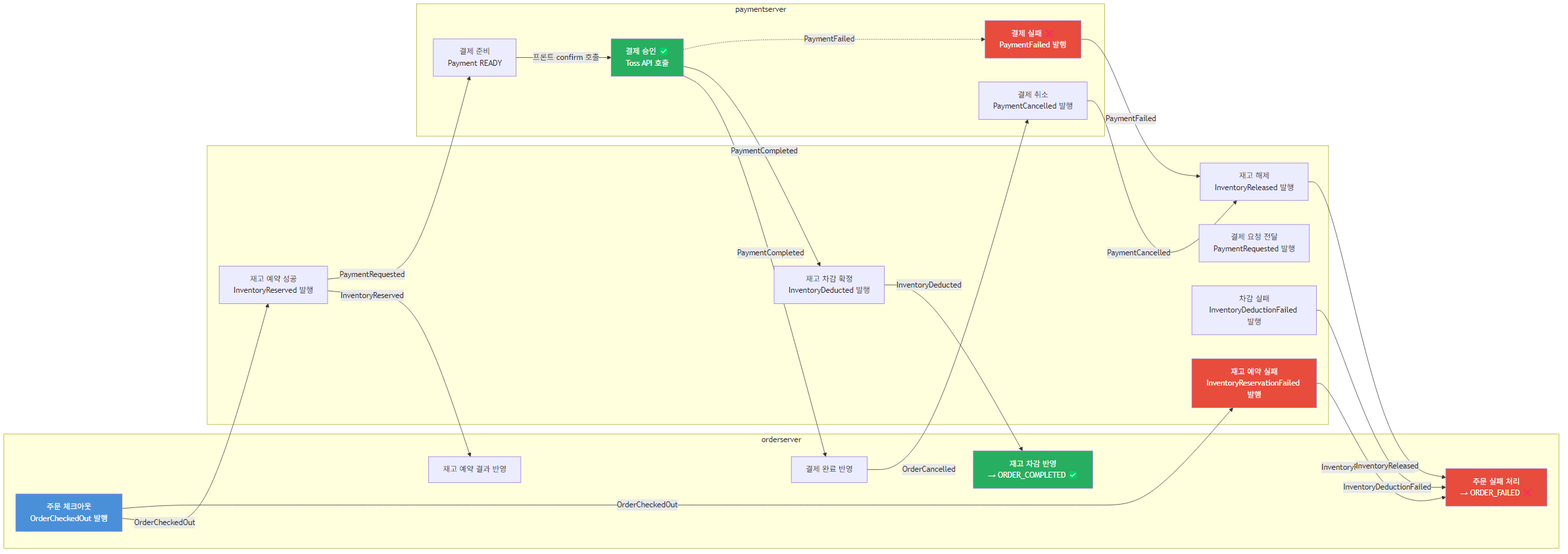
Earlier version of the Mermaid export diagrams/03-event-chain.png (DS-MSAproject/eum_pay). Its source is kept beside it as diagrams/03-event-chain.mmd.
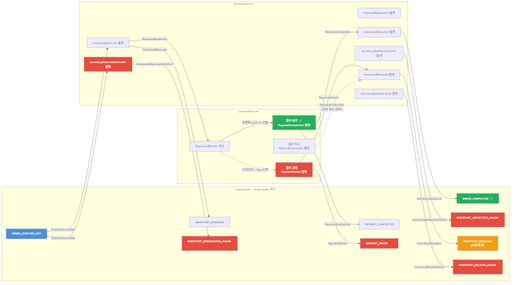
Later version of the same file.

Diff of the diagram source:
```diff
@@ -1,24 +1,30 @@
 flowchart LR
-    subgraph ORD["orderserver"]
-        CO["주문 체크아웃\nOrderCheckedOut 발행"]
-        OS_RES["재고 예약 결과 반영"]
-        OS_PAY["결제 완료 반영"]
-        OS_DED["재고 차감 반영\n→ ORDER_COMPLETED ✅"]
-        OS_FAIL["주문 실패 처리\n→ ORDER_FAILED ❌"]
+    subgraph ORD["orderserver — OrderState 전이"]
+        direction TB
+        CO["ORDER_CHECKED_OUT"]
+        OS_RESOK["INVENTORY_RESERVED"]
+        OS_RESFAIL["INVENTORY_RESERVATION_FAILED ❌"]
+        OS_PAYOK["PAYMENT_COMPLETED"]
+        OS_PAYFAIL["PAYMENT_FAILED ❌"]
+        OS_DONE["ORDER_COMPLETED ✅"]
+        OS_DEDFAIL["INVENTORY_DEDUCTION_FAILED ❌"]
+        OS_RELED["INVENTORY_RELEASED\n(보상 완료)"]
+        OS_RELFAIL["INVENTORY_RELEASE_FAILED ❌"]
     end
 
     subgraph INV["inventoryserver"]
-        IR["재고 예약 성공\nInventoryReserved 발행"]
-        IRF["재고 예약 실패\nInventoryReservationFailed 발행"]
-        PR["결제 요청 전달\nPaymentRequested 발행"]
-        ID["재고 차감 확정\nInventoryDeducted 발행"]
-        IDF["차감 실패\nInventoryDeductionFailed 발행"]
-        IREL["재고 해제\nInventoryReleased 발행"]
+        IR["InventoryReserved 발행"]
+        IRF["InventoryReservationFailed 발행"]
+        PR["PaymentRequested 발행"]
+        ID["InventoryDeducted 발행"]
+        IDF["InventoryDeductionFailed 발행"]
+        IREL["InventoryReleased 발행"]
+        IRELF["InventoryReleaseFailed 발행"]
     end
 
     subgraph PAY["paymentserver"]
-        PAY_PREP["결제 준비\nPayment READY"]
-        PAY_CONF["결제 승인 ✅\nToss API 호출"]
+        PAY_READY["Payment(READY) 생성"]
+        PAY_CONF["결제 승인 ✅\nPaymentCompleted 발행"]
         PAY_FAIL["결제 실패 ❌\nPaymentFailed 발행"]
         PAY_CAN["결제 취소\nPaymentCancelled 발행"]
     end
@@ -26,26 +32,33 @@
     CO -->|OrderCheckedOut| IR
     CO -->|OrderCheckedOut| IRF
 
-    IR -->|InventoryReserved| OS_RES
-    IRF -->|InventoryReservationFailed| OS_FAIL
+    IR -->|InventoryReserved| OS_RESOK
+    IRF -->|InventoryReservationFailed| OS_RESFAIL
 
-    IR -->|PaymentRequested| PAY_PREP
-    PAY_PREP -->|"프론트 confirm 호출"| PAY_CONF
-    PAY_CONF -->|PaymentCompleted| OS_PAY
+    IR -->|PaymentRequested| PAY_READY
+    PAY_READY -->|"프론트 confirm 호출"| PAY_CONF
+    PAY_READY -.->|"타임아웃 / Toss 오류"| PAY_FAIL
+
+    PAY_CONF -->|PaymentCompleted| OS_PAYOK
     PAY_CONF -->|PaymentCompleted| ID
-    PAY_CONF -.->|PaymentFailed| PAY_FAIL
+    ID -->|InventoryDeducted| OS_DONE
+    IDF -->|InventoryDeductionFailed| OS_DEDFAIL
+
+    PAY_FAIL -->|PaymentFailed| OS_PAYFAIL
     PAY_FAIL -->|PaymentFailed| IREL
-    IREL -->|InventoryReleased| OS_FAIL
 
-    ID -->|InventoryDeducted| OS_DED
-    IDF -->|InventoryDeductionFailed| OS_FAIL
+    IREL -->|InventoryReleased| OS_RELED
+    IRELF -->|InventoryReleaseFailed| OS_RELFAIL
 
-    OS_PAY -->|OrderCancelled| PAY_CAN
-    PAY_CAN -->|PaymentCancelled| IREL
+    PAY_CAN -.->|"PaymentCancelled\n(외부 취소 경로)"| IREL
 
     style CO fill:#4A90D9,color:#fff
     style PAY_CONF fill:#27AE60,color:#fff
-    style OS_DED fill:#27AE60,color:#fff
-    style OS_FAIL fill:#E74C3C,color:#fff
+    style OS_DONE fill:#27AE60,color:#fff
+    style OS_RESFAIL fill:#E74C3C,color:#fff
+    style OS_PAYFAIL fill:#E74C3C,color:#fff
+    style OS_DEDFAIL fill:#E74C3C,color:#fff
+    style OS_RELFAIL fill:#E74C3C,color:#fff
+    style OS_RELED fill:#F39C12,color:#fff
     style PAY_FAIL fill:#E74C3C,color:#fff
     style IRF fill:#E74C3C,color:#fff
```
